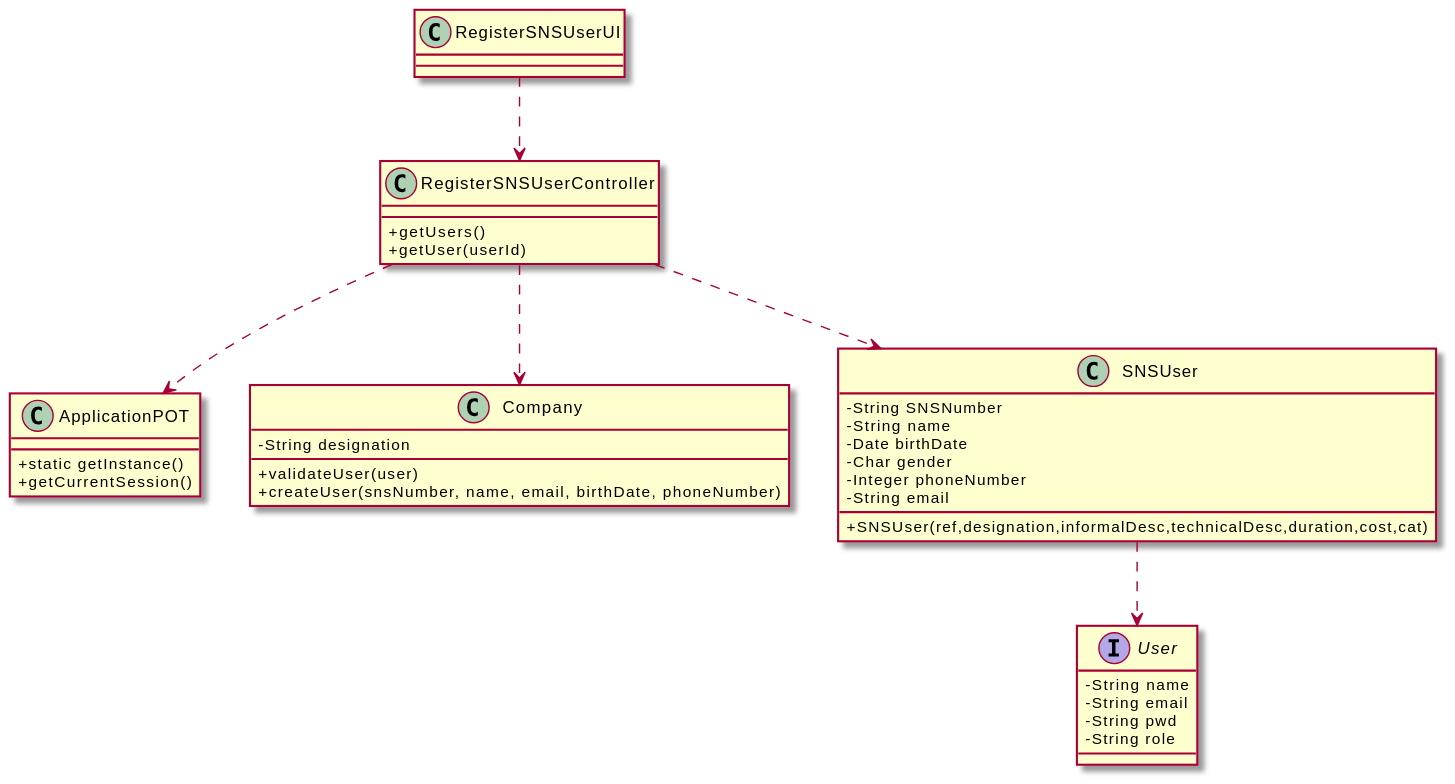
Before: docs/SprintB/US03/CD/US03_CD.svg, a diagram exported from PlantUML (miseEnPlace-i/lapr2).
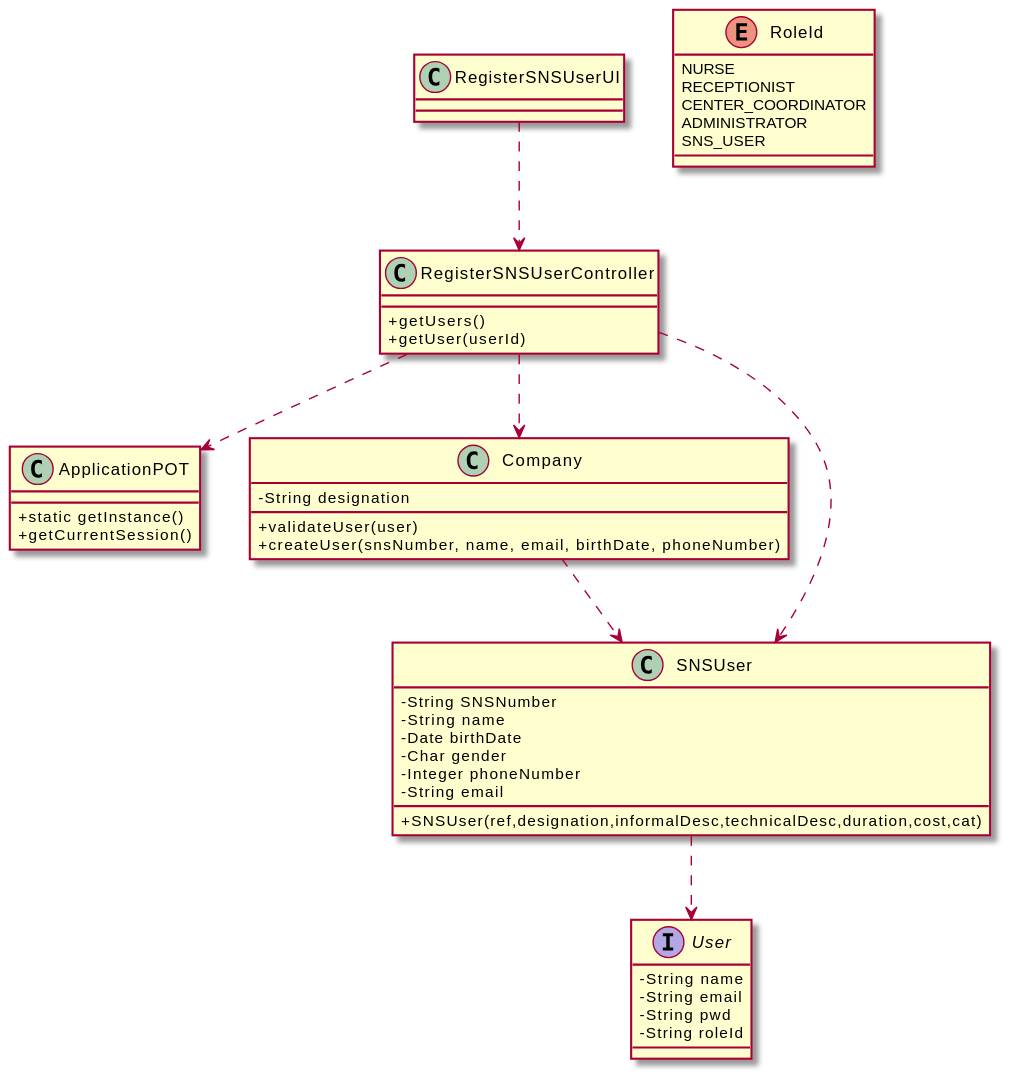
Above is the later version.

Diff of the diagram source:
```diff
@@ -33,9 +33,19 @@
   - String name
   - String email
   - String pwd
-  - String role
+  - String roleId
 }
 
+enum RoleId {
+  NURSE
+  RECEPTIONIST
+  CENTER_COORDINATOR
+  ADMINISTRATOR
+  SNS_USER
+}
+
+
+Company ..> SNSUser
 
 RegisterSNSUserController ..> ApplicationPOT
 RegisterSNSUserController ..> Company
```
